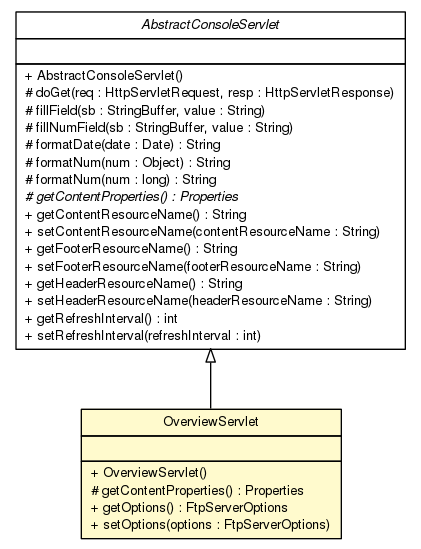
The Graphviz diagram apidocs/com/apporiented/hermesftp/console/OverviewServlet.png in lbehnke/hermesftp, before a commit. Its source is kept beside it as apidocs/com/apporiented/hermesftp/console/OverviewServlet.dot.
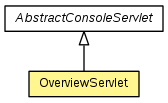
After the change.

Change to the diagram source:
```diff
@@ -4,7 +4,7 @@
 	node [fontname="Helvetica",fontsize=10,shape=plaintext];
 	nodesep=0.25;
 	ranksep=0.5;
-	c7764 [label=<<table title="com.apporiented.hermesftp.console.AbstractConsoleServlet" border="0" cellborder="1" cellspacing="0" cellpadding="2" port="p" href="./AbstractConsoleServlet.html">
+	c7762 [label=<<table title="com.apporiented.hermesftp.console.AbstractConsoleServlet" border="0" cellborder="1" cellspacing="0" cellpadding="2" port="p" href="./AbstractConsoleServlet.html">
 		<tr><td><table border="0" cellspacing="0" cellpadding="1">
 <tr><td align="center" balign="center"><font face="Helvetica-Oblique"> AbstractConsoleServlet </font></td></tr>
 		</table></td></tr>
@@ -30,7 +30,7 @@
 <tr><td align="left" balign="left"> + setRefreshInterval(refreshInterval : int) </td></tr>
 		</table></td></tr>
 		</table>>, fontname="Helvetica", fontcolor="black", fontsize=10.0];
-	c7766 [label=<<table title="com.apporiented.hermesftp.console.OverviewServlet" border="0" cellborder="1" cellspacing="0" cellpadding="2" port="p" bgcolor="lemonChiffon" href="./OverviewServlet.html">
+	c7764 [label=<<table title="com.apporiented.hermesftp.console.OverviewServlet" border="0" cellborder="1" cellspacing="0" cellpadding="2" port="p" bgcolor="lemonChiffon" href="./OverviewServlet.html">
 		<tr><td><table border="0" cellspacing="0" cellpadding="1">
 <tr><td align="center" balign="center"> OverviewServlet </td></tr>
 		</table></td></tr>
@@ -44,5 +44,5 @@
 <tr><td align="left" balign="left"> + setOptions(options : FtpServerOptions) </td></tr>
 		</table></td></tr>
 		</table>>, fontname="Helvetica", fontcolor="black", fontsize=10.0];
-	c7764:p -> c7766:p [dir=back,arrowtail=empty];
+	c7762:p -> c7764:p [dir=back,arrowtail=empty];
 }
```
